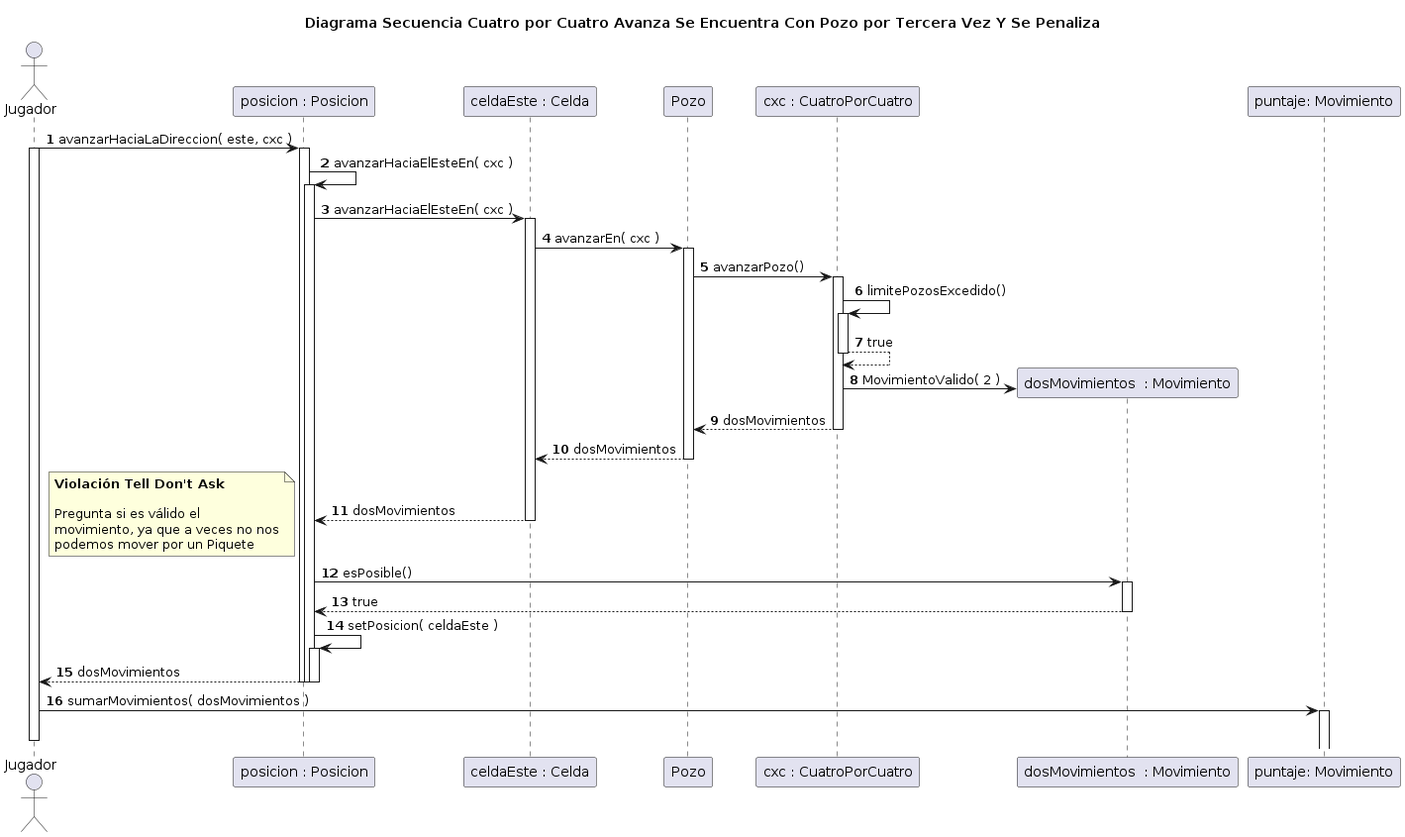
rodrigovzq/algo3_tp2 keeps this PlantUML diagram as diagrams/borradores/v2/img/DiagramaSecuenciaCasoConPozo3VecesEnCuatroPorCuatro.png. Above is the earlier version.
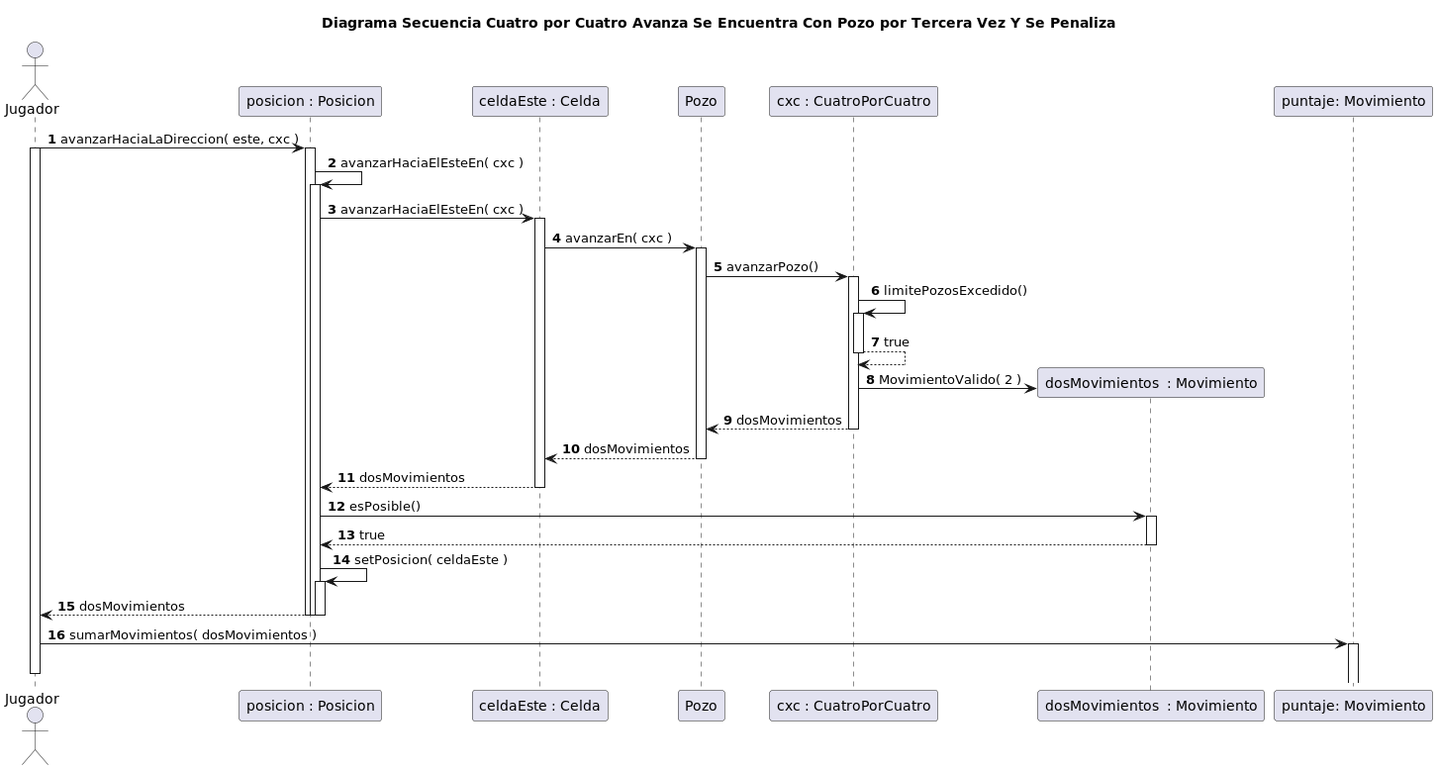
After the change.

The edit, as a diff of the source:
```diff
@@ -24,13 +24,7 @@
 "celdaEste : Celda" --> "posicion : Posicion": dosMovimientos
 deactivate "celdaEste : Celda"
 
-note left
-**Violación Tell Don't Ask**
 
-Pregunta si es válido el
-movimiento, ya que a veces no nos
-podemos mover por un Piquete
-end note
 
 "dosMovimientos  : Movimiento" <- "posicion : Posicion"++: esPosible()
 "dosMovimientos  : Movimiento" --> "posicion : Posicion": true
```
